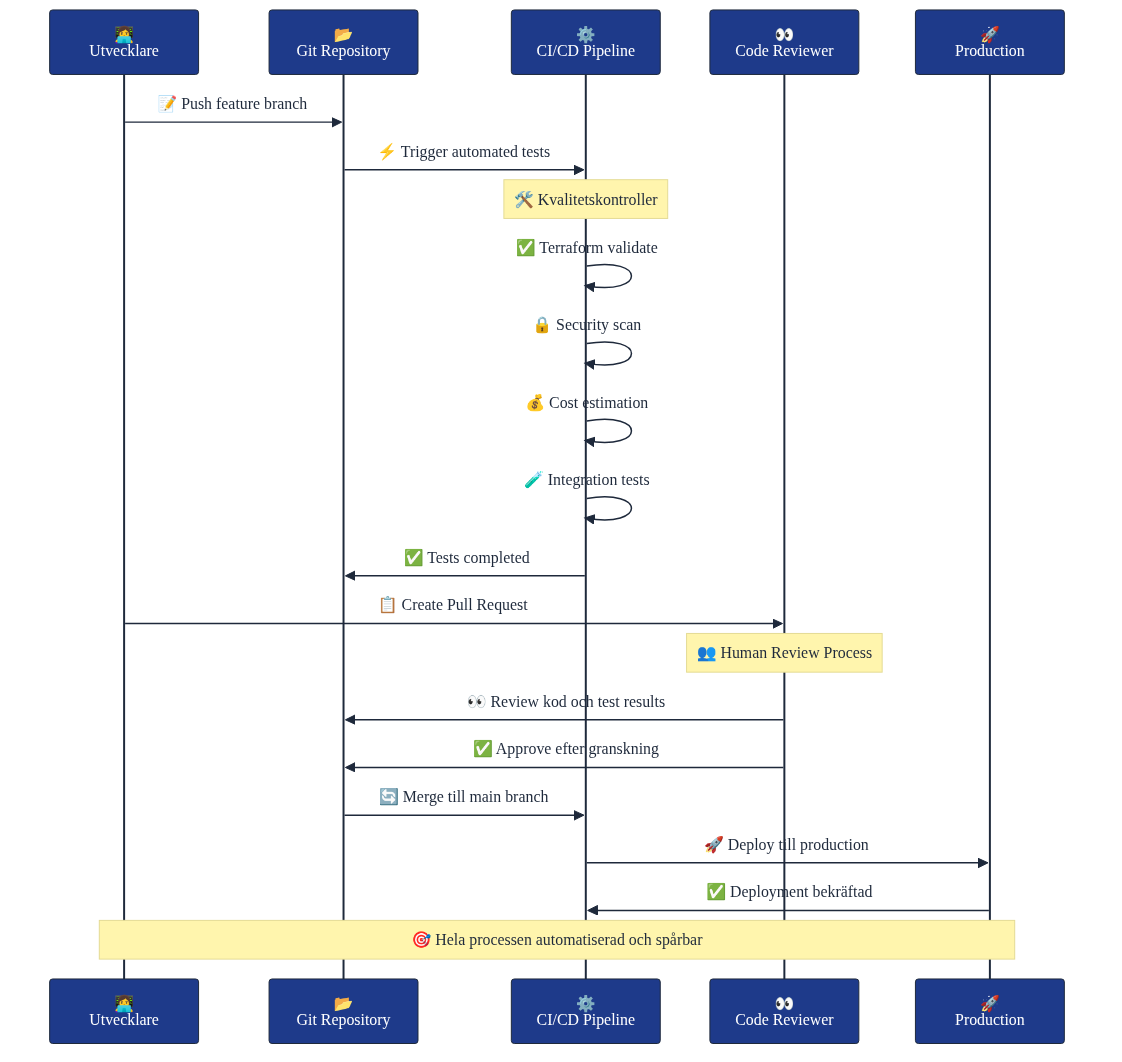
Above: docs/images/code_review_sequence.png in Geonitab/architecture_as_code (Mermaid), before the change. Its source is kept beside it as docs/images/code_review_sequence.mmd. Its diagram source:
```mermaid
sequenceDiagram
    participant Dev as 👩‍💻<br/>Utvecklare
    participant Git as 📂<br/>Git Repository
    participant CI as ⚙️<br/>CI/CD Pipeline
    participant Rev as 👀<br/>Code Reviewer
    participant Prod as 🚀<br/>Production

    Dev->>Git: 📝 Push feature branch
    Git->>CI: ⚡ Trigger automated tests

    Note over CI: 🛠️ Kvalitetskontroller
    CI->>CI: ✅ Terraform validate
    CI->>CI: 🔒 Security scan
    CI->>CI: 💰 Cost estimation
    CI->>CI: 🧪 Integration tests

    CI->>Git: ✅ Tests completed
    Dev->>Rev: 📋 Create Pull Request

    Note over Rev: 👥 Human Review Process
    Rev->>Git: 👀 Review kod och test results
    Rev->>Git: ✅ Approve efter granskning

    Git->>CI: 🔄 Merge till main branch
    CI->>Prod: 🚀 Deploy till production
    Prod->>CI: ✅ Deployment bekräftad

    Note over Dev,Prod: 🎯 Hela processen automatiserad och spårbar
```
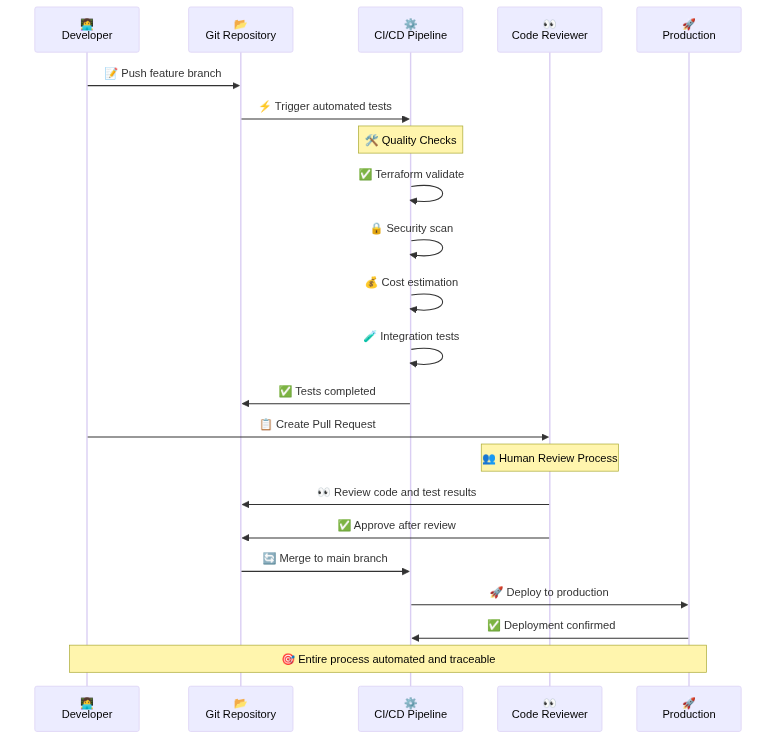
Above is the later version.

Diff of the diagram source:
```diff
@@ -1,5 +1,5 @@
 sequenceDiagram
-    participant Dev as 👩‍💻<br/>Utvecklare
+    participant Dev as 👩‍💻<br/>Developer
     participant Git as 📂<br/>Git Repository
     participant CI as ⚙️<br/>CI/CD Pipeline
     participant Rev as 👀<br/>Code Reviewer
@@ -8,7 +8,7 @@
     Dev->>Git: 📝 Push feature branch
     Git->>CI: ⚡ Trigger automated tests
 
-    Note over CI: 🛠️ Kvalitetskontroller
+    Note over CI: 🛠️ Quality Checks
     CI->>CI: ✅ Terraform validate
     CI->>CI: 🔒 Security scan
     CI->>CI: 💰 Cost estimation
@@ -18,11 +18,11 @@
     Dev->>Rev: 📋 Create Pull Request
 
     Note over Rev: 👥 Human Review Process
-    Rev->>Git: 👀 Review kod och test results
-    Rev->>Git: ✅ Approve efter granskning
+    Rev->>Git: 👀 Review code and test results
+    Rev->>Git: ✅ Approve after review
 
-    Git->>CI: 🔄 Merge till main branch
-    CI->>Prod: 🚀 Deploy till production
-    Prod->>CI: ✅ Deployment bekräftad
+    Git->>CI: 🔄 Merge to main branch
+    CI->>Prod: 🚀 Deploy to production
+    Prod->>CI: ✅ Deployment confirmed
 
-    Note over Dev,Prod: 🎯 Hela processen automatiserad och spårbar
+    Note over Dev,Prod: 🎯 Entire process automated and traceable
```
